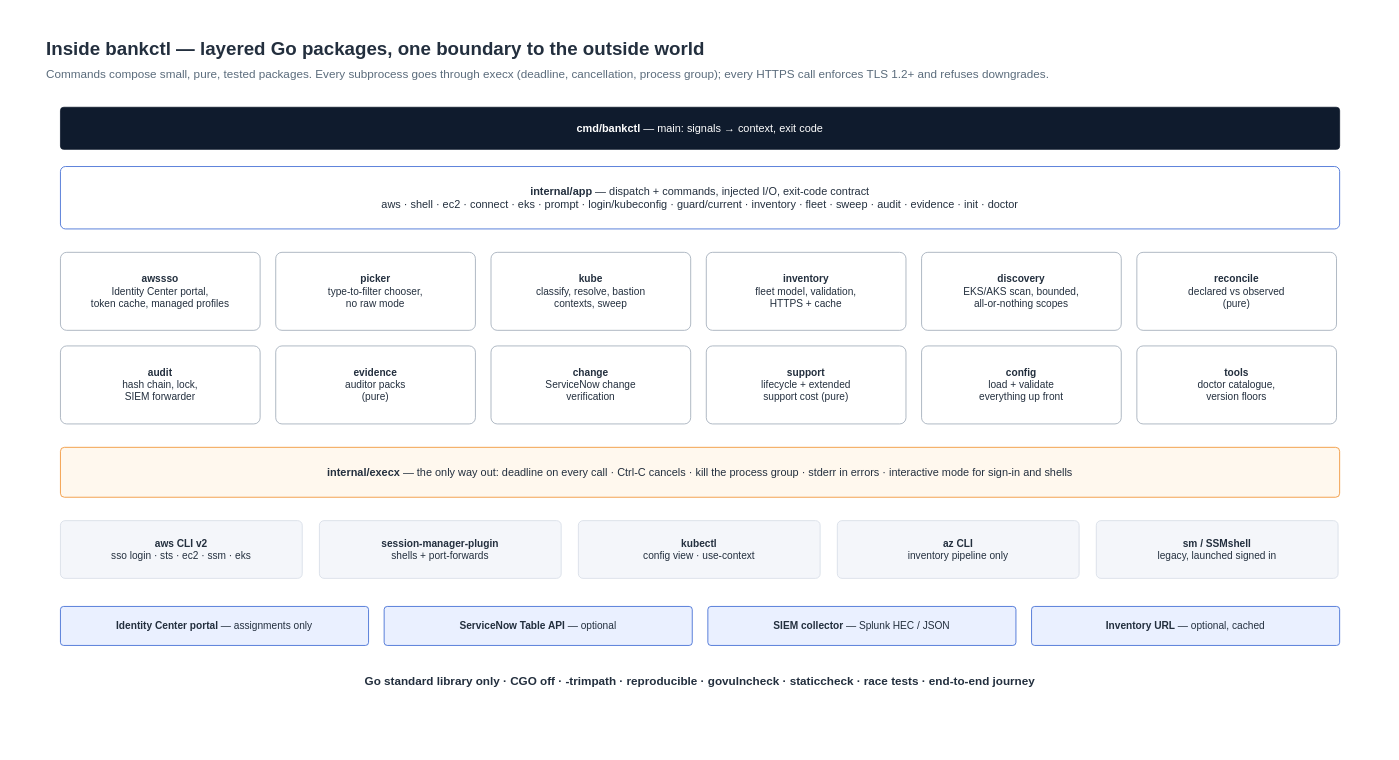
Before: docs/architecture/08-code-architecture.drawio in NeoM404/GoTools, a draw.io diagram. Source tidied: cells renumbered, new cells numbered last; positions are measured from the earlier drawing's top-left corner, leaving out a move shared by most shapes. Both pictures are drawn from the tidied source at 78%, with x=0, y=0 at pixel (13, 13).
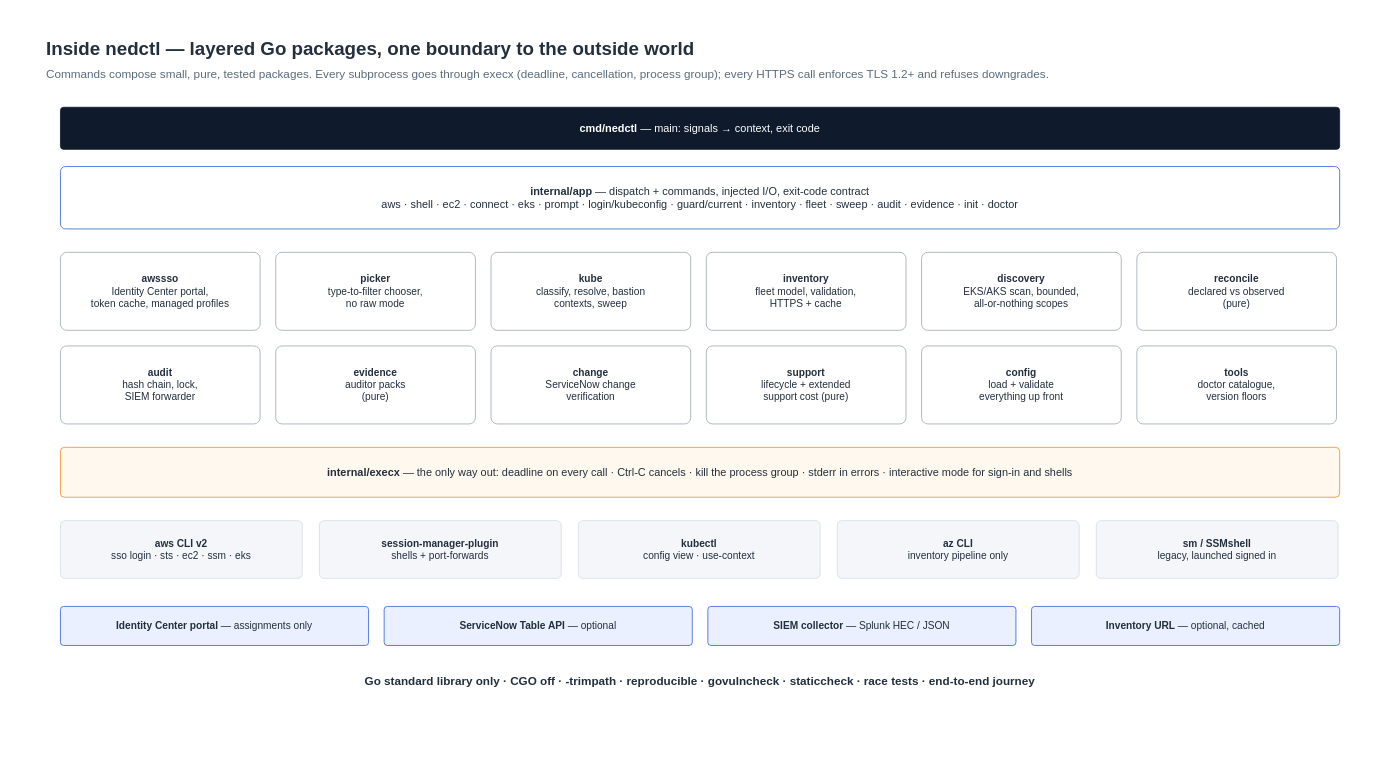
Above is the later version.

The edit, as a diff of the source:
```diff
@@
-    <mxCell id="3" value="Inside bankctl — layered Go packages, one boundary to the outside world" style="text;html=1;whiteSpace=wrap;fontSize=24;fontColor=#232F3E;fontStyle=1;align=left;verticalAlign=top;" parent="1" vertex="1">
+    <mxCell id="3" value="Inside nedctl — layered Go packages, one boundary to the outside world" style="text;html=1;whiteSpace=wrap;fontSize=24;fontColor=#232F3E;fontStyle=1;align=left;verticalAlign=top;" parent="1" vertex="1">
       <mxGeometry x="40" y="24" width="1600" height="36" as="geometry" />
     </mxCell>
@@
-    <mxCell id="5" value="&lt;b&gt;cmd/bankctl&lt;/b&gt; — main: signals → context, exit code" style="rounded=1;arcSize=8;whiteSpace=wrap;html=1;fillColor=#0F1B2D;strokeColor=#0F1B2D;fontSize=14;fontColor=#FFFFFF;fontStyle=0;align=center;verticalAlign=middle;spacing=8;dashed=0;" parent="1" vertex="1">
+    <mxCell id="5" value="&lt;b&gt;cmd/nedctl&lt;/b&gt; — main: signals → context, exit code" style="rounded=1;arcSize=8;whiteSpace=wrap;html=1;fillColor=#0F1B2D;strokeColor=#0F1B2D;fontSize=14;fontColor=#FFFFFF;fontStyle=0;align=center;verticalAlign=middle;spacing=8;dashed=0;" parent="1" vertex="1">
       <mxGeometry x="60" y="120" width="1640" height="54" as="geometry" />
     </mxCell>
```
